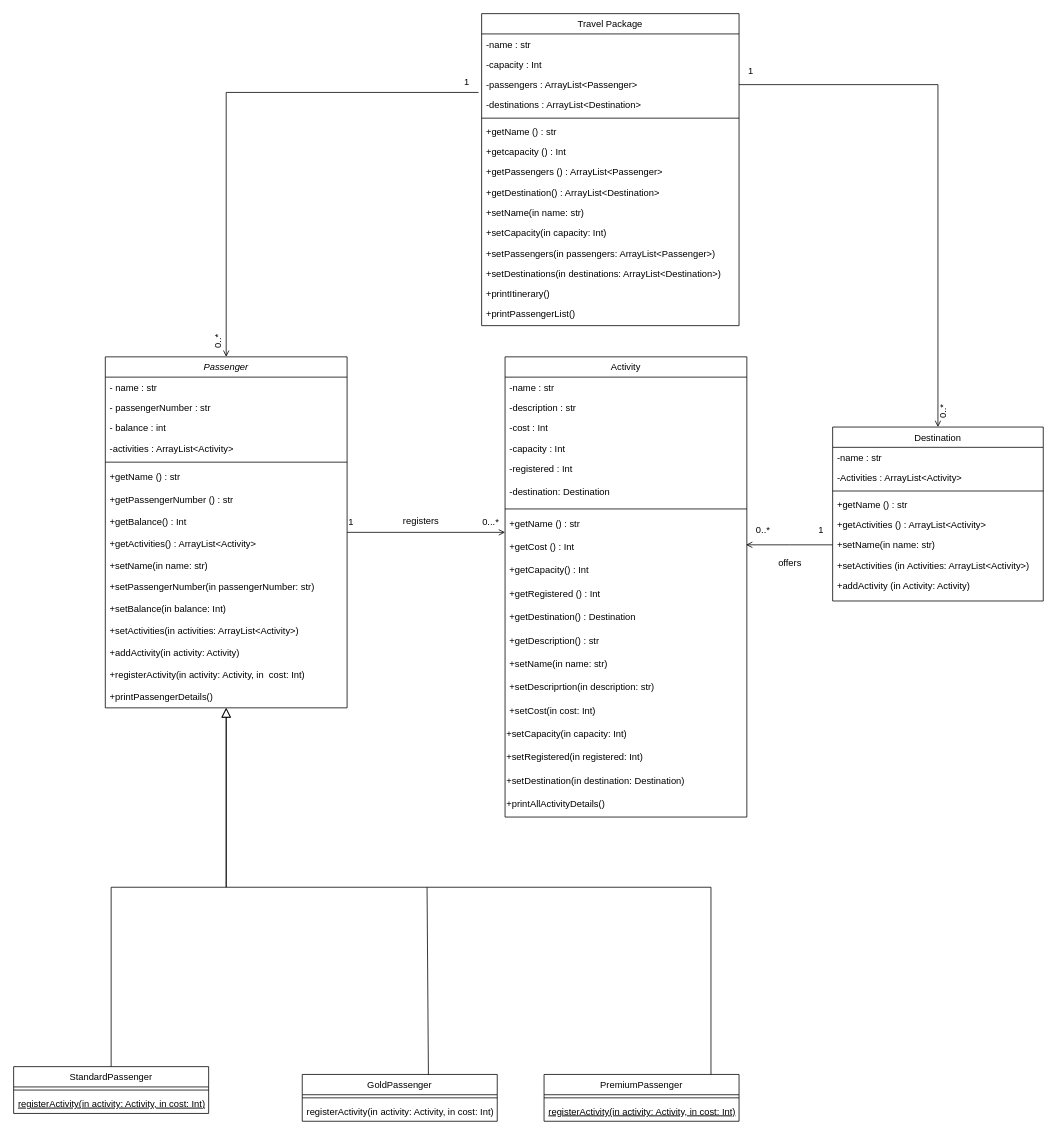
Above: Nymble.drawio in abhigyantiwari42/nymble (draw.io), before the change. Source tidied: cells renumbered, new cells numbered last; positions are measured from the earlier drawing's top-left corner, leaving out a move shared by most shapes. Both pictures are drawn from the tidied source at 78%, with x=0, y=0 at pixel (13, 13).
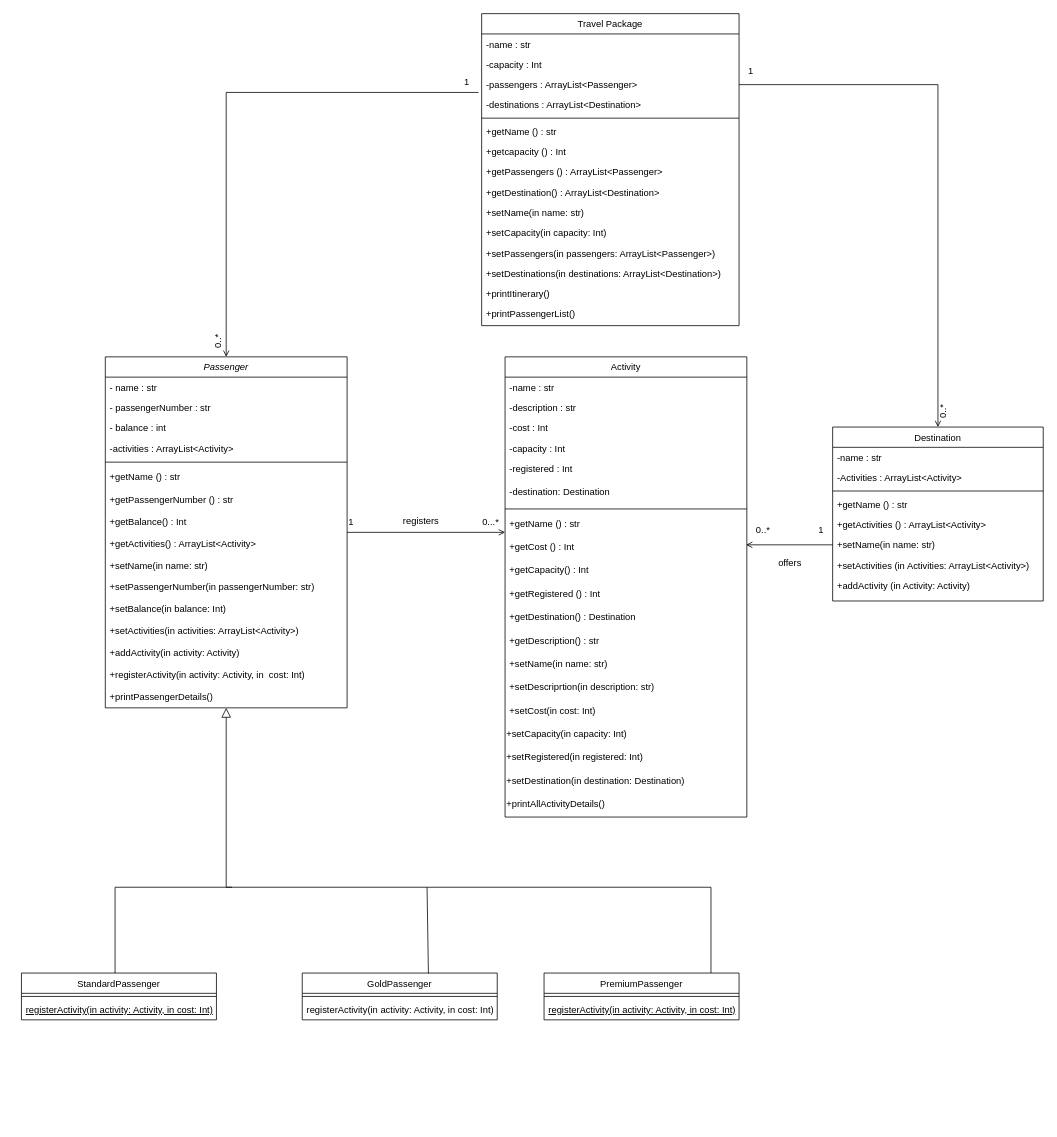
The same page after the edit.

Unchanged cells that the change refers to:
```xml
<mxCell id="2" value="Passenger" style="swimlane;fontStyle=2;align=center;verticalAlign=top;horizontal=1;startSize=26;rounded=0;shadow=0;strokeWidth=1;" parent="1" vertex="1">
  <mxGeometry x="117.5" y="440" width="310" height="450" as="geometry" />
</mxCell>
```

Diff of the diagram source:
```diff
@@
     <mxCell id="19" value="StandardPassenger" style="swimlane;fontStyle=0;align=center;verticalAlign=top;horizontal=1;startSize=26;rounded=0;shadow=0;strokeWidth=1;" parent="1" vertex="1">
-      <mxGeometry y="1350" width="250" height="60" as="geometry" />
+      <mxGeometry x="10" y="1230" width="250" height="60" as="geometry" />
     </mxCell>
@@
-    <mxCell id="22" style="endArrow=block;endSize=10;endFill=0;shadow=0;strokeWidth=1;rounded=0;curved=0;edgeStyle=elbowEdgeStyle;elbow=vertical;exitX=0.5;exitY=0;exitDx=0;exitDy=0;" parent="1" edge="1" source="19" target="2">
-      <mxGeometry relative="1" as="geometry" />
-    </mxCell>
@@
     <mxCell id="49" value="GoldPassenger" style="swimlane;fontStyle=0;align=center;verticalAlign=top;horizontal=1;startSize=26;rounded=0;shadow=0;strokeWidth=1;" parent="1" vertex="1">
-      <mxGeometry x="370" y="1360" width="250" height="60" as="geometry" />
+      <mxGeometry x="370" y="1230" width="250" height="60" as="geometry" />
     </mxCell>
@@
     <mxCell id="52" value="PremiumPassenger" style="swimlane;fontStyle=0;align=center;verticalAlign=top;horizontal=1;startSize=26;rounded=0;shadow=0;strokeWidth=1;" parent="1" vertex="1">
-      <mxGeometry x="680" y="1360" width="250" height="60" as="geometry" />
+      <mxGeometry x="680" y="1230" width="250" height="60" as="geometry" />
     </mxCell>
@@
+    <mxCell id="91" style="endArrow=none;html=1;rounded=0;" parent="1" edge="1">
+      <mxGeometry relative="1" as="geometry">
+        <mxPoint x="130" y="1230" as="sourcePoint" />
+        <mxPoint x="280" y="1120" as="targetPoint" />
+        <Array as="points">
+          <mxPoint x="130" y="1120" />
+        </Array>
+      </mxGeometry>
+    </mxCell>
```
